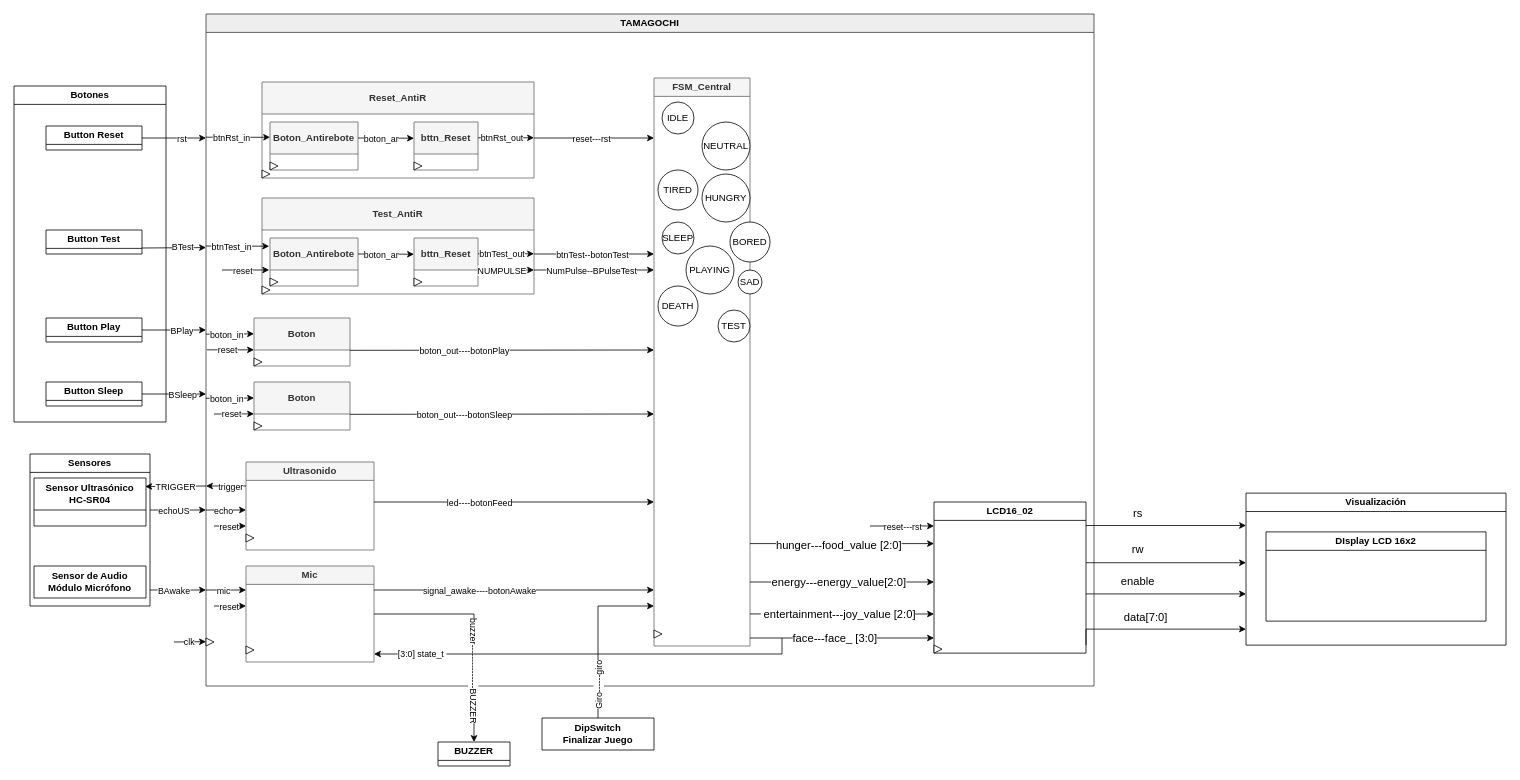
Before: page "CajaNegraArquitectura" (1 of 6) of figs/Diagramas.drawio in unal-edigital1-lab/entrega-1-proyecto-grupo01-2024-1, a draw.io diagram. Source tidied: cells renumbered, new cells numbered last; positions are measured from the earlier drawing's top-left corner, leaving out a move shared by most shapes. Both pictures are drawn from the tidied source at 80%, with x=0, y=0 at pixel (14, 14).
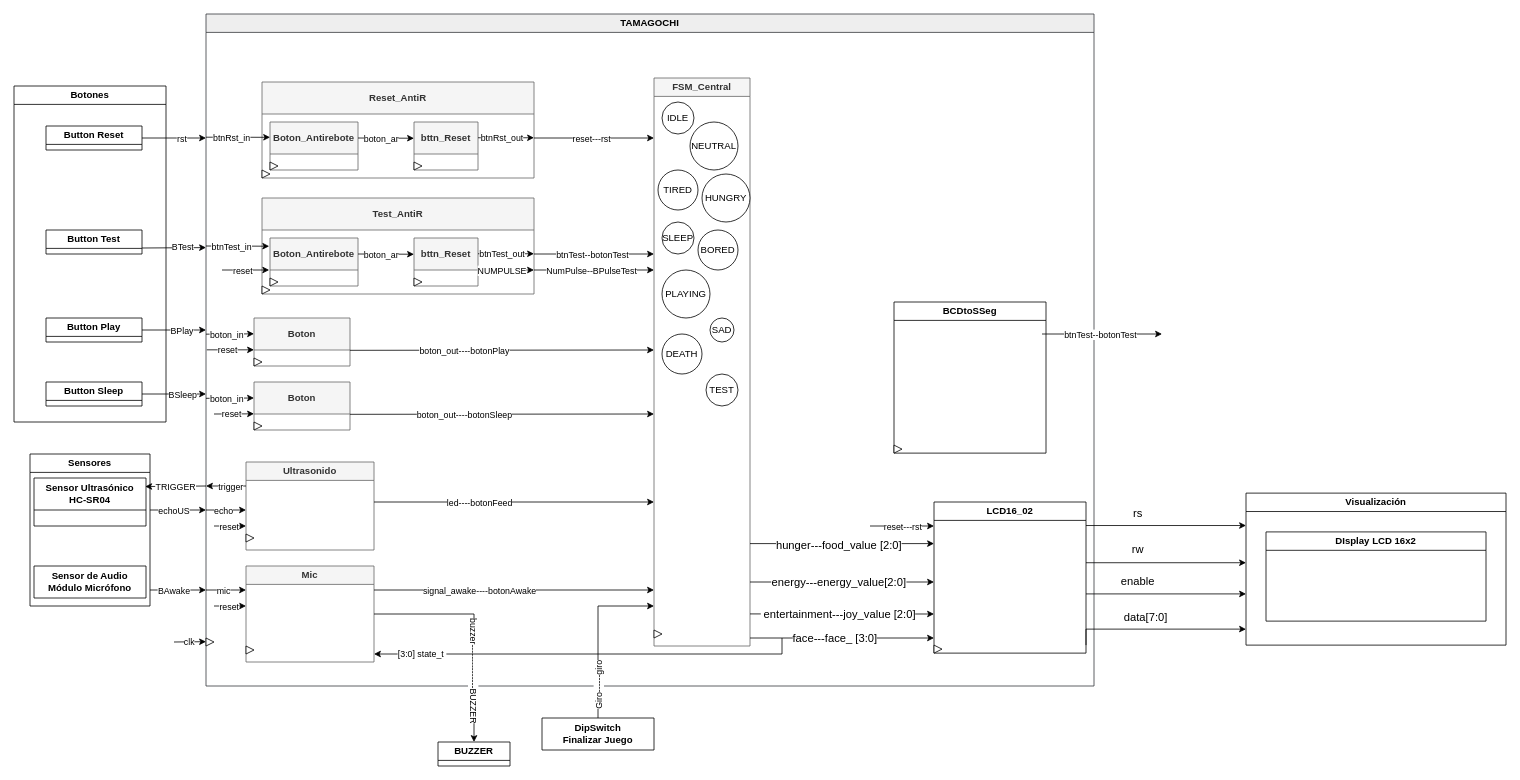
After the change.

Unchanged cells that the change refers to:
```xml
<mxCell id="15" value="TAMAGOCHI" style="swimlane;whiteSpace=wrap;html=1;fillColor=#eeeeee;strokeColor=#36393d;" parent="1" vertex="1">
  <mxGeometry x="240" width="1110" height="840" as="geometry" />
</mxCell>
<mxCell id="87" value="FSM_Central" style="swimlane;whiteSpace=wrap;html=1;fillColor=#f5f5f5;fontColor=#333333;strokeColor=#666666;" parent="15" vertex="1">
  <mxGeometry x="560" y="80" width="120" height="710" as="geometry" />
</mxCell>
```

Diff of the diagram source:
```diff
@@
     <mxCell id="89" value="NEUTRAL" style="ellipse;whiteSpace=wrap;html=1;" parent="87" vertex="1">
-      <mxGeometry x="60" y="55" width="60" height="60" as="geometry" />
+      <mxGeometry x="45" y="55" width="60" height="60" as="geometry" />
     </mxCell>
@@
     <mxCell id="92" value="BORED" style="ellipse;whiteSpace=wrap;html=1;" parent="87" vertex="1">
-      <mxGeometry x="95" y="180" width="50" height="50" as="geometry" />
+      <mxGeometry x="55" y="190" width="50" height="50" as="geometry" />
     </mxCell>
@@
     <mxCell id="94" value="PLAYING" style="ellipse;whiteSpace=wrap;html=1;" parent="87" vertex="1">
-      <mxGeometry x="40" y="210" width="60" height="60" as="geometry" />
+      <mxGeometry x="10" y="240" width="60" height="60" as="geometry" />
     </mxCell>
     <mxCell id="95" value="SAD" style="ellipse;whiteSpace=wrap;html=1;" parent="87" vertex="1">
-      <mxGeometry x="105" y="240" width="30" height="30" as="geometry" />
+      <mxGeometry x="70" y="300" width="30" height="30" as="geometry" />
     </mxCell>
     <mxCell id="96" value="DEATH" style="ellipse;whiteSpace=wrap;html=1;" parent="87" vertex="1">
-      <mxGeometry x="5" y="260" width="50" height="50" as="geometry" />
+      <mxGeometry x="10" y="320" width="50" height="50" as="geometry" />
     </mxCell>
     <mxCell id="97" value="TEST" style="ellipse;whiteSpace=wrap;html=1;" parent="87" vertex="1">
-      <mxGeometry x="80" y="290" width="40" height="40" as="geometry" />
+      <mxGeometry x="65" y="370" width="40" height="40" as="geometry" />
     </mxCell>
@@
+    <mxCell id="139" value="BCDtoSSeg" style="swimlane;whiteSpace=wrap;html=1;startSize=23;" parent="15" vertex="1">
+      <mxGeometry x="860" y="360" width="190" height="188.9" as="geometry" />
+    </mxCell>
+    <mxCell id="140" style="triangle;whiteSpace=wrap;html=1;" parent="139" vertex="1">
+      <mxGeometry y="178.9" width="10" height="10" as="geometry" />
+    </mxCell>
@@
+    <mxCell id="141" style="endArrow=classic;html=1;rounded=0;" parent="1" edge="1">
+      <mxGeometry relative="1" as="geometry">
+        <mxPoint x="1285" y="400" as="sourcePoint" />
+        <mxPoint x="1435" y="400" as="targetPoint" />
+      </mxGeometry>
+    </mxCell>
+    <mxCell id="142" value="btnTest--botonTest" style="edgeLabel;html=1;align=center;verticalAlign=middle;" parent="141" vertex="1">
+      <mxGeometry x="-0.27" y="-4" relative="1" as="geometry">
+        <mxPoint x="17" y="-4" as="offset" />
+      </mxGeometry>
+    </mxCell>
```
